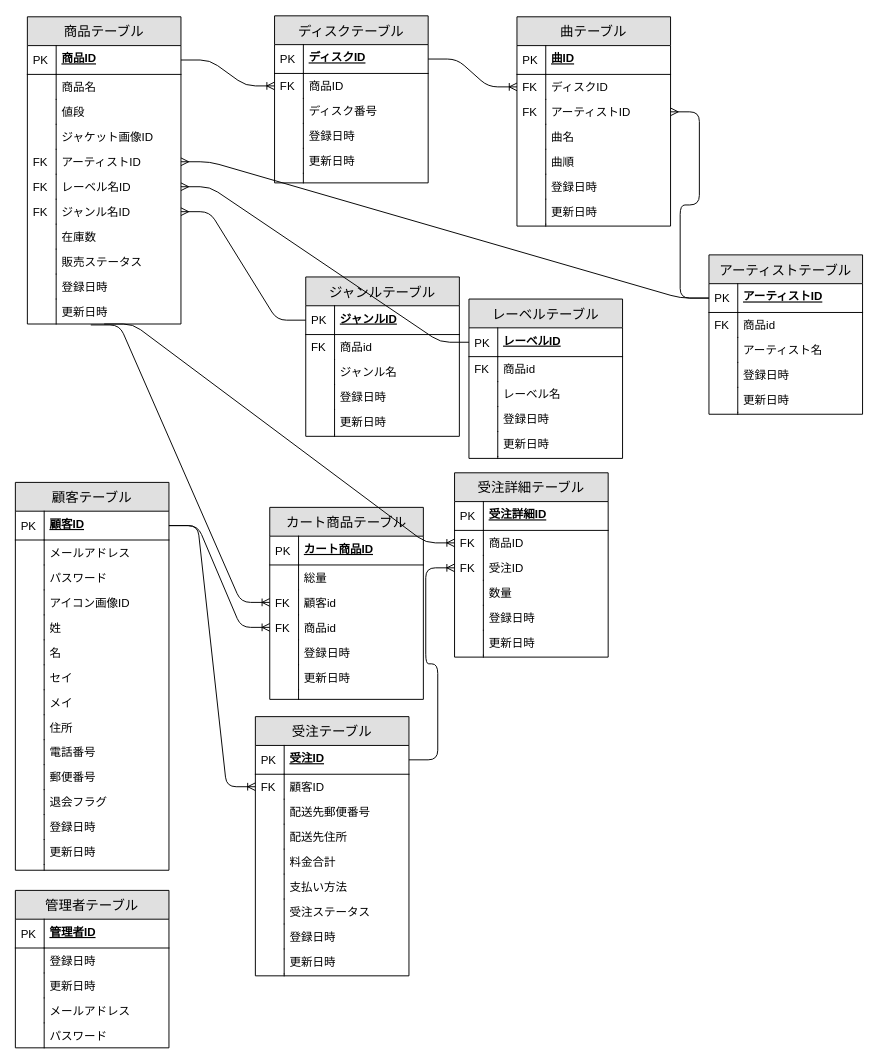
Above: Design/ER図.drawio in saezurucrow/ec-site (draw.io), before the change. Source tidied: cells renumbered, new cells numbered last; positions are measured from the earlier drawing's top-left corner, leaving out a move shared by most shapes. Both pictures are drawn from the tidied source at 96%, with x=0, y=0 at pixel (15, 15).
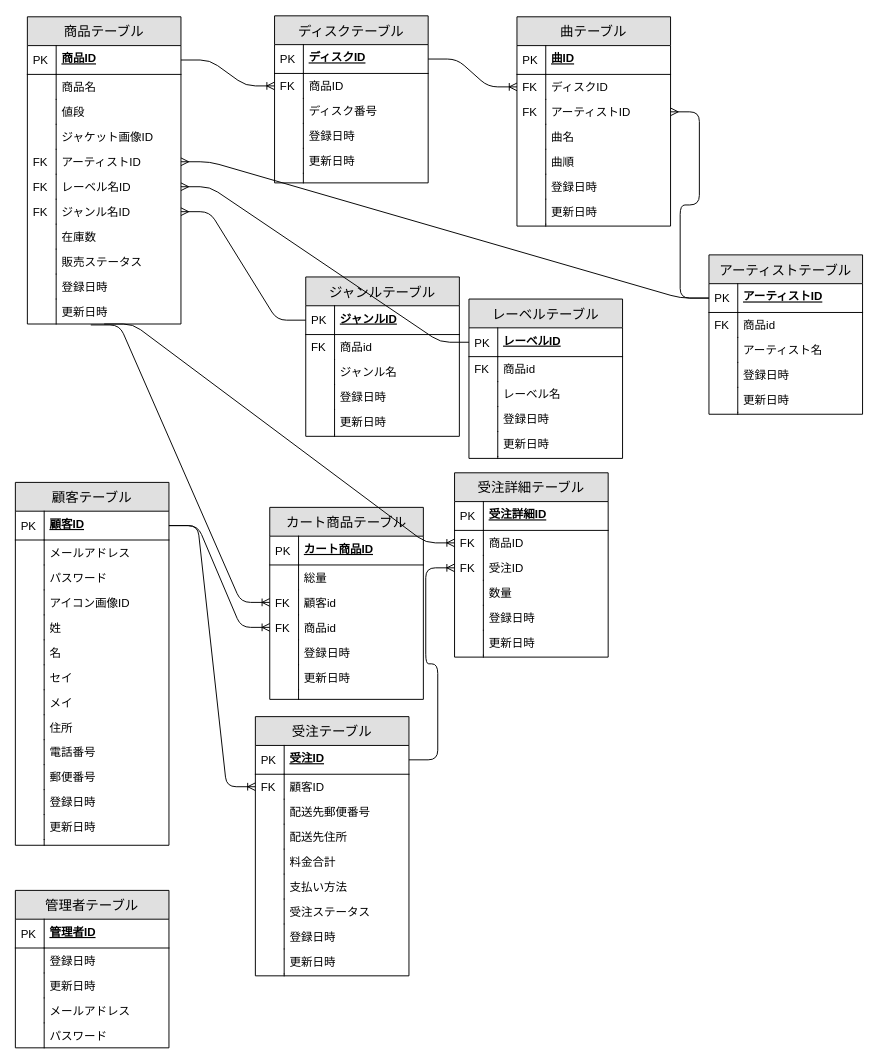
The same diagram, later.

Commit message:
delete 退会フラグ

What changed in the source:
```diff
@@
     <mxCell id="2" value="顧客テーブル" style="swimlane;fontStyle=0;horizontal=1;startSize=30;fillColor=#e0e0e0;swimlaneFillColor=#ffffff;align=center;fontSize=14;" parent="1" vertex="1">
-      <mxGeometry x="-0.5" y="486" width="160" height="404" as="geometry" />
+      <mxGeometry x="-0.5" y="486" width="160" height="378" as="geometry" />
     </mxCell>
@@
-    <mxCell id="25" value="退会フラグ" style="shape=partialRectangle;top=0;left=0;right=0;bottom=0;align=left;verticalAlign=top;fillColor=none;spacingLeft=34;spacingRight=4;overflow=hidden;fontSize=12;" parent="2" vertex="1">
-      <mxGeometry y="320" width="160" height="26" as="geometry" />
-    </mxCell>
-    <mxCell id="26" style="shape=partialRectangle;top=0;left=0;bottom=0;fillColor=none;align=left;verticalAlign=top;spacingLeft=4;spacingRight=4;overflow=hidden;fontSize=12;" parent="25" vertex="1">
-      <mxGeometry width="30" height="26" as="geometry" />
-    </mxCell>
     <mxCell id="27" value="登録日時" style="shape=partialRectangle;top=0;left=0;right=0;bottom=0;align=left;verticalAlign=top;fillColor=none;spacingLeft=34;spacingRight=4;overflow=hidden;fontSize=12;" parent="2" vertex="1">
-      <mxGeometry y="346" width="160" height="26" as="geometry" />
+      <mxGeometry y="320" width="160" height="26" as="geometry" />
     </mxCell>
@@
     <mxCell id="29" value="更新日時" style="shape=partialRectangle;top=0;left=0;right=0;bottom=0;align=left;verticalAlign=top;fillColor=none;spacingLeft=34;spacingRight=4;overflow=hidden;fontSize=12;" parent="2" vertex="1">
-      <mxGeometry y="372" width="160" height="26" as="geometry" />
+      <mxGeometry y="346" width="160" height="26" as="geometry" />
     </mxCell>
@@
     <mxCell id="31" style="shape=partialRectangle;top=0;left=0;right=0;bottom=0;align=left;verticalAlign=top;fillColor=none;spacingLeft=34;spacingRight=4;overflow=hidden;fontSize=12;" parent="2" vertex="1">
-      <mxGeometry y="398" width="160" height="6" as="geometry" />
+      <mxGeometry y="372" width="160" height="6" as="geometry" />
     </mxCell>
```
